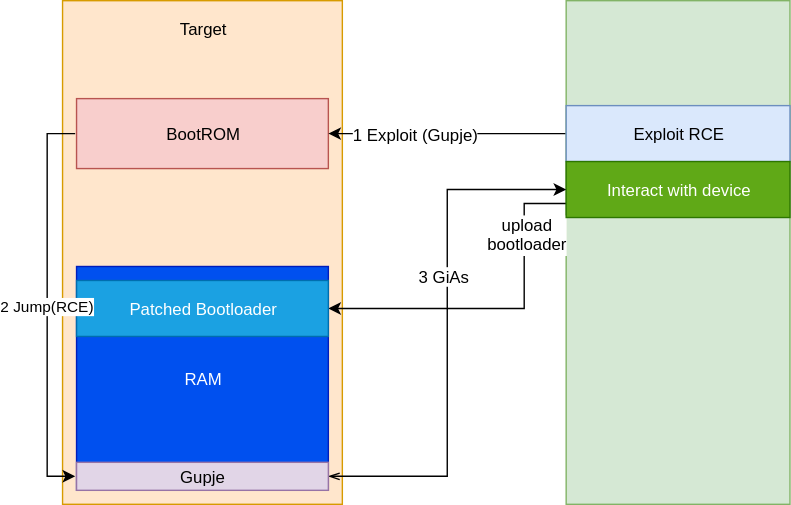
EljakimHerrewijnen/Gupje keeps this draw.io diagram as simple_device.drawio.svg. Above is the earlier version. Source tidied: cells renumbered, new cells last; positions are measured from the earlier drawing's top-left corner, leaving out a move shared by most shapes.
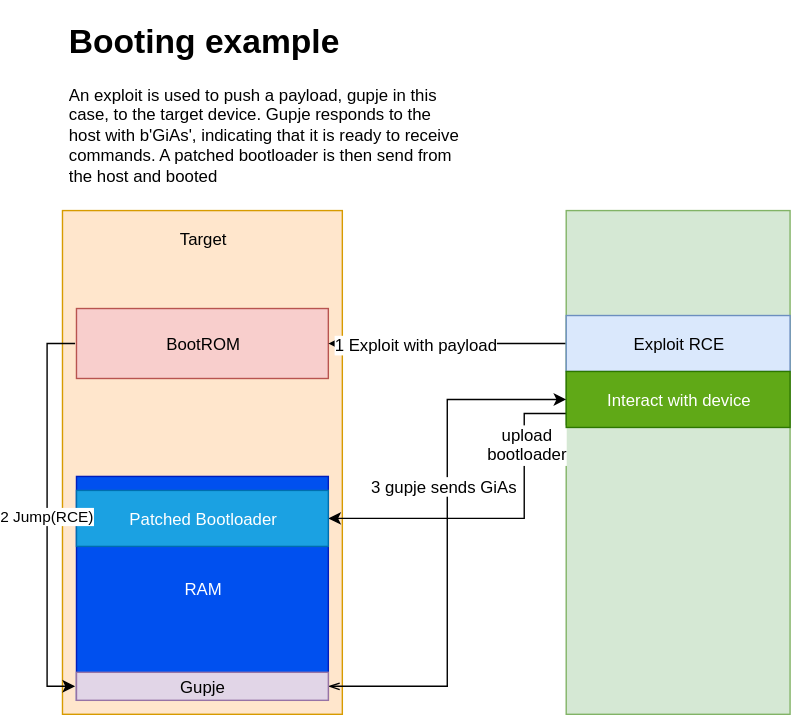
After the change.

What changed in the source:
```diff
@@ -16,7 +16,7 @@
         <mxPoint x="371" y="95" as="sourcePoint" />
       </mxGeometry>
     </mxCell>
-    <mxCell id="6" value="1 Exploit (Gupje)" style="text;html=1;align=center;verticalAlign=middle;labelBackgroundColor=#ffffff;" parent="5" vertex="1">
+    <mxCell id="6" value="1 Exploit with payload" style="text;html=1;align=center;verticalAlign=middle;labelBackgroundColor=#ffffff;" parent="5" vertex="1">
       <mxGeometry x="0.27" relative="1" as="geometry" />
     </mxCell>
     <mxCell id="7" style="rounded=0;whiteSpace=wrap;html=1;fillColor=#d5e8d4;strokeColor=#82b366;" parent="1" vertex="1">
@@ -45,7 +45,7 @@
     <mxCell id="13" style="edgeStyle=orthogonalEdgeStyle;rounded=0;jettySize=auto;html=1;exitX=1;exitY=0.5;exitDx=0;exitDy=0;entryX=0;entryY=0.5;entryDx=0;entryDy=0;startArrow=openThin;startFill=0;" parent="1" edge="1" source="15" target="11">
       <mxGeometry relative="1" as="geometry" />
     </mxCell>
-    <mxCell id="14" value="3 GiAs" style="text;html=1;align=center;verticalAlign=middle;labelBackgroundColor=#ffffff;" parent="13" vertex="1">
+    <mxCell id="14" value="3 gupje sends GiAs" style="text;html=1;align=center;verticalAlign=middle;labelBackgroundColor=#ffffff;" parent="13" vertex="1">
       <mxGeometry x="0.22" y="3" relative="1" as="geometry" />
     </mxCell>
     <mxCell id="15" value="Gupje" style="rounded=0;whiteSpace=wrap;html=1;fillColor=#e1d5e7;strokeColor=#9673a6;" parent="1" vertex="1">
@@ -64,5 +64,8 @@
         </Array>
       </mxGeometry>
     </mxCell>
+    <mxCell id="18" value="&lt;h1&gt;Booting example&lt;/h1&gt;&lt;p&gt;An exploit is used to push a payload, gupje in this case, to the target device. Gupje responds to the host with b'GiAs', indicating that it is ready to receive commands. A patched bootloader is then send from the host and booted&lt;/p&gt;" style="text;html=1;strokeColor=none;fillColor=none;spacing=5;spacingTop=-20;whiteSpace=wrap;overflow=hidden;rounded=0;" parent="1" vertex="1">
+      <mxGeometry x="11" y="-140" width="290" height="150" as="geometry" />
+    </mxCell>
   </root>
 </mxGraphModel>
```
